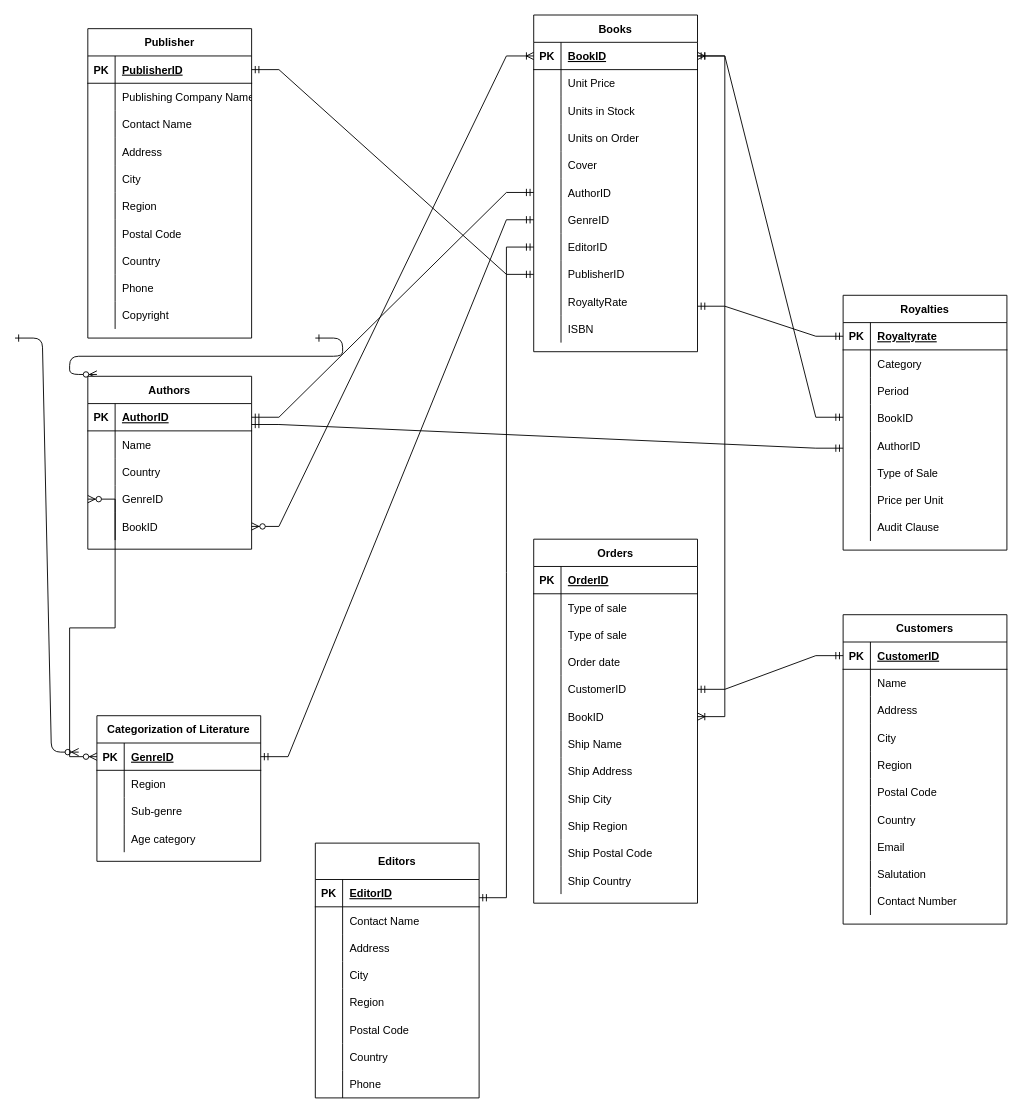
gabrielatorres7/hw-db-book-biz keeps this draw.io diagram as Untitled Diagram.drawio. Above is the earlier version. Source tidied: cells renumbered, new cells numbered last; positions are measured from the earlier drawing's top-left corner, leaving out a move shared by most shapes. Both pictures are drawn from the tidied source at 91%, with x=0, y=0 at pixel (15, 15).
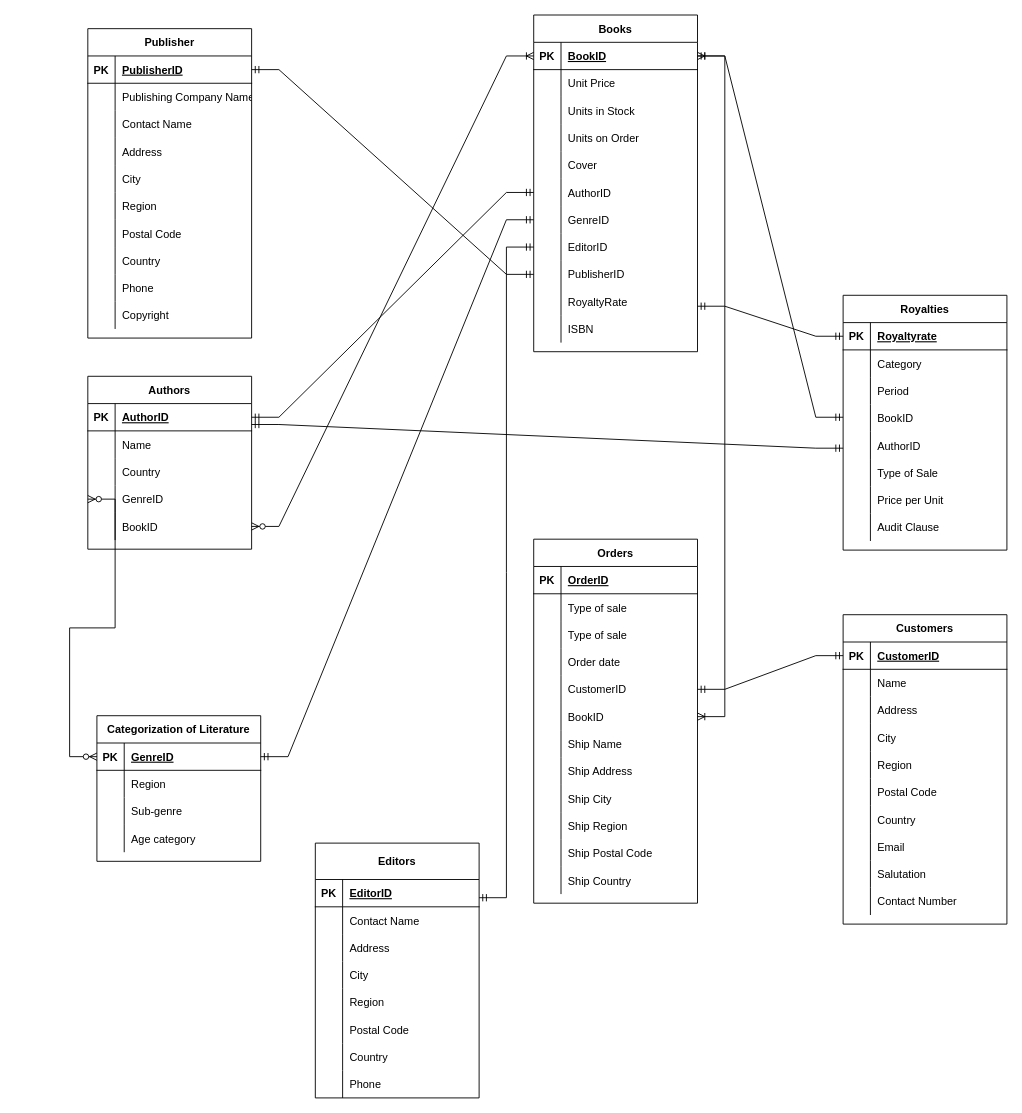
After the change.

Change to the diagram source:
```diff
@@
-    <mxCell id="2" style="edgeStyle=entityRelationEdgeStyle;endArrow=ERzeroToMany;startArrow=ERone;endFill=1;startFill=0;" parent="1" edge="1">
-      <mxGeometry relative="1" as="geometry">
-        <mxPoint y="355" as="sourcePoint" />
-        <mxPoint x="70" y="810" as="targetPoint" />
-      </mxGeometry>
-    </mxCell>
-    <mxCell id="3" style="edgeStyle=entityRelationEdgeStyle;endArrow=ERzeroToMany;startArrow=ERone;endFill=1;startFill=0;" parent="1" edge="1">
-      <mxGeometry relative="1" as="geometry">
-        <mxPoint x="330" y="355" as="sourcePoint" />
-        <mxPoint x="90" y="395" as="targetPoint" />
-      </mxGeometry>
-    </mxCell>
```
